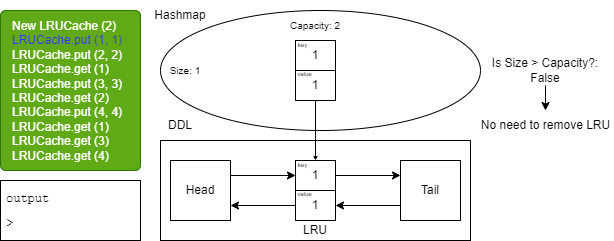
The draw.io diagram Final_Interview/slides/Slide4.png in bert799/CodingInterviews, before a commit. Source tidied: cells renumbered, new cells last; positions are measured from the earlier drawing's top-left corner, leaving out a move shared by most shapes.
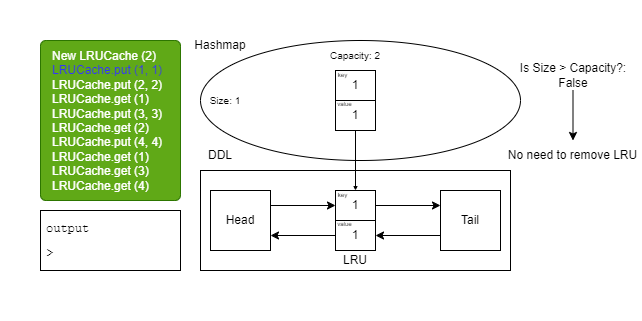
Above is the later version.

What changed in the source:
```diff
@@ -2,6 +2,9 @@
   <root>
     <mxCell id="0" />
     <mxCell id="1" parent="0" />
+    <mxCell id="31" style="rounded=0;whiteSpace=wrap;html=1;fillColor=none;strokeColor=none;" parent="1" vertex="1">
+      <mxGeometry x="-40" y="-30" width="640" height="320" as="geometry" />
+    </mxCell>
     <mxCell id="2" value="&lt;span style=&quot;&quot;&gt;&#9;&lt;/span&gt;New LRUCache (2)&lt;br&gt;&lt;span style=&quot;&quot;&gt;&#9;&lt;/span&gt;&lt;font color=&quot;#3333ff&quot;&gt;LRUCache.put (1, 1)&lt;br&gt;&lt;/font&gt;&lt;span style=&quot;&quot;&gt;&#9;&lt;/span&gt;LRUCache.put (2, 2)&lt;br&gt;LRUCache.get (1)&lt;br&gt;LRUCache.put (3, 3)&lt;br&gt;LRUCache.get (2)&lt;br&gt;LRUCache.put (4, 4)&lt;br&gt;LRUCache.get (1)&lt;br&gt;LRUCache.get (3)&lt;br&gt;LRUCache.get (4)" style="rounded=1;whiteSpace=wrap;html=1;fillColor=#60a917;verticalAlign=top;align=left;arcSize=4;spacingTop=2;spacingLeft=10;spacingBottom=2;fontColor=#ffffff;strokeColor=#2D7600;" parent="1" vertex="1">
       <mxGeometry y="10" width="140" height="160" as="geometry" />
     </mxCell>
@@ -84,10 +87,10 @@
       <mxGeometry relative="1" as="geometry" />
     </mxCell>
     <mxCell id="29" value="Is Size &amp;gt; Capacity?:&lt;br&gt;False" style="text;html=1;strokeColor=none;fillColor=none;align=center;verticalAlign=middle;whiteSpace=wrap;rounded=0;fontColor=#000000;" parent="1" vertex="1">
-      <mxGeometry x="490" y="55" width="110" height="30" as="geometry" />
+      <mxGeometry x="477.5" y="30" width="110" height="30" as="geometry" />
     </mxCell>
     <mxCell id="30" value="No need to remove LRU" style="text;html=1;strokeColor=none;fillColor=none;align=center;verticalAlign=middle;whiteSpace=wrap;rounded=0;fontColor=#000000;" parent="1" vertex="1">
-      <mxGeometry x="477.5" y="110" width="135" height="30" as="geometry" />
+      <mxGeometry x="465" y="110" width="135" height="30" as="geometry" />
     </mxCell>
   </root>
 </mxGraphModel>
```
